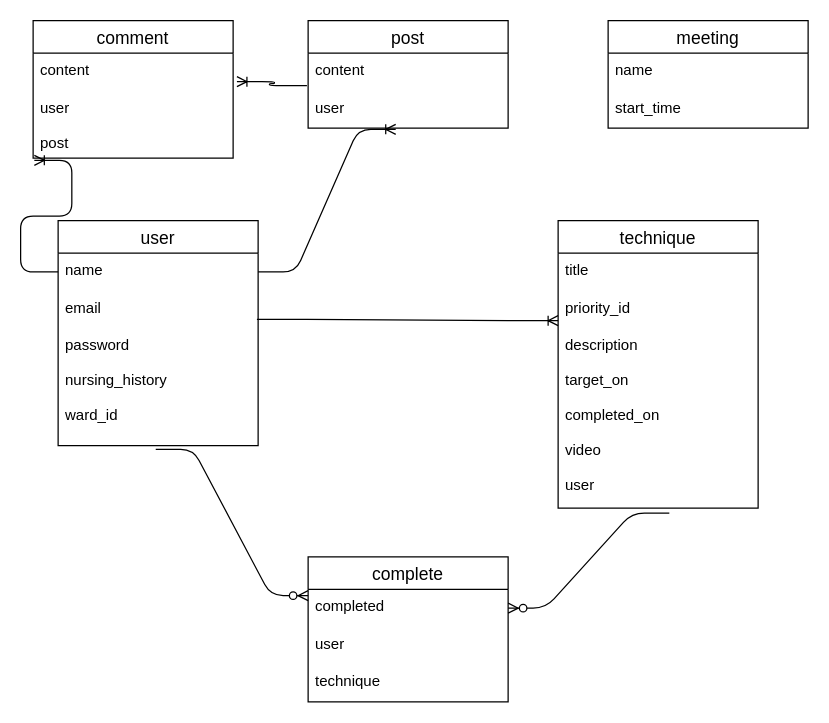
This is test.dio from mitsugu-kawaguchi/nurseapp-32473, a draw.io file, before an edit. Source tidied: cells renumbered, new cells numbered last; positions are measured from the earlier drawing's top-left corner, leaving out a move shared by most shapes. Both pictures are drawn from the tidied source at 125%, with x=0, y=0 at pixel (32, 20).
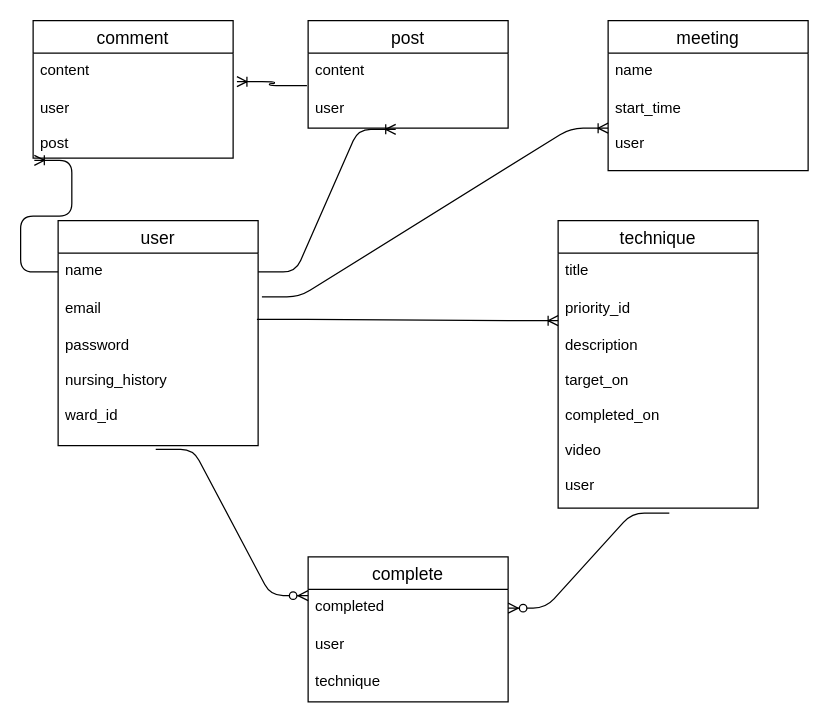
After the change.

The change refers to these unchanged cells:
```xml
<mxCell id="4" value="email" style="text;strokeColor=none;fillColor=none;spacingLeft=4;spacingRight=4;overflow=hidden;points=[[0,0.5],[1,0.5]];portConstraint=eastwest;fontSize=12;" parent="2" vertex="1">
  <mxGeometry y="56" width="160" height="30" as="geometry" />
</mxCell>
```

What changed in the source:
```diff
@@
     <mxCell id="9" value="meeting" style="swimlane;fontStyle=0;horizontal=1;startSize=26;align=center;fontSize=14;" parent="1" vertex="1">
-      <mxGeometry x="460" width="160" height="86" as="geometry" />
+      <mxGeometry x="460" width="160" height="120" as="geometry" />
     </mxCell>
@@
-    <mxCell id="11" value="start_time" style="text;strokeColor=none;fillColor=none;spacingLeft=4;spacingRight=4;overflow=hidden;fontSize=12;" parent="9" vertex="1">
-      <mxGeometry y="56" width="160" height="30" as="geometry" />
+    <mxCell id="11" value="start_time&#10;&#10;user" style="text;strokeColor=none;fillColor=none;spacingLeft=4;spacingRight=4;overflow=hidden;fontSize=12;" parent="9" vertex="1">
+      <mxGeometry y="56" width="160" height="64" as="geometry" />
     </mxCell>
@@
+    <mxCell id="29" style="edgeStyle=entityRelationEdgeStyle;fontSize=12;html=1;endArrow=ERoneToMany;exitX=1.019;exitY=0.167;exitDx=0;exitDy=0;exitPerimeter=0;" parent="1" edge="1" source="4">
+      <mxGeometry relative="1" as="geometry">
+        <mxPoint x="460" y="86" as="targetPoint" />
+      </mxGeometry>
+    </mxCell>
```
